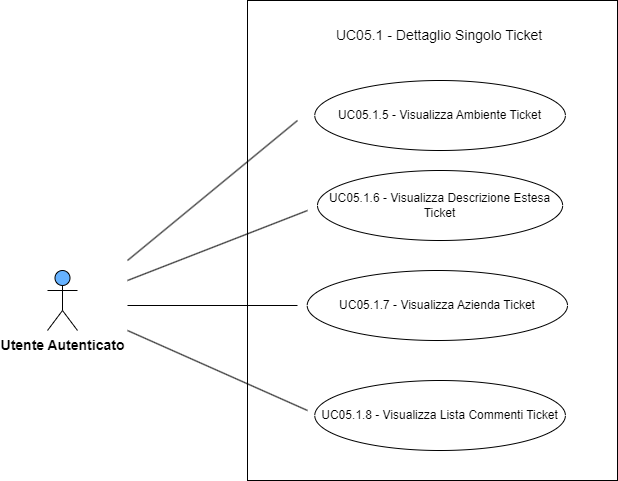
Fawy01/Tesi keeps this draw.io diagram as images/usecase/UC05_dettaglio_pt2.png. Above is the earlier version. Source tidied: cells renumbered, new cells last; positions are measured from the earlier drawing's top-left corner, leaving out a move shared by most shapes. Its diagram source:
```xml
<mxGraphModel>
  <root>
    <mxCell id="0" />
    <mxCell id="1" parent="0" />
    <mxCell id="2" value="&lt;b&gt;&lt;font style=&quot;font-size: 14px;&quot;&gt;Utente Autenticato&lt;/font&gt;&lt;/b&gt;" style="shape=umlActor;verticalLabelPosition=bottom;verticalAlign=top;html=1;fillColor=#66B2FF;" parent="1" vertex="1">
      <mxGeometry y="270" width="30" height="60" as="geometry" />
    </mxCell>
    <mxCell id="3" style="html=1;whiteSpace=wrap;" parent="1" vertex="1">
      <mxGeometry x="200" width="370" height="480" as="geometry" />
    </mxCell>
    <mxCell id="4" value="&lt;span style=&quot;font-size: 14px;&quot;&gt;UC05.1 - Dettaglio Singolo Ticket&lt;/span&gt;" style="text;html=1;strokeColor=none;fillColor=none;align=center;verticalAlign=middle;whiteSpace=wrap;rounded=0;" parent="1" vertex="1">
      <mxGeometry x="282.5" y="20" width="217.5" height="30" as="geometry" />
    </mxCell>
    <mxCell id="5" value="UC05.1.6 - Visualizza Descrizione Estesa Ticket" style="ellipse;whiteSpace=wrap;html=1;" parent="1" vertex="1">
      <mxGeometry x="270" y="170" width="245.2" height="70" as="geometry" />
    </mxCell>
    <mxCell id="6" style="endArrow=none;html=1;rounded=0;" parent="1" edge="1">
      <mxGeometry relative="1" as="geometry">
        <mxPoint x="80" y="260" as="sourcePoint" />
        <mxPoint x="250" y="120" as="targetPoint" />
      </mxGeometry>
    </mxCell>
    <mxCell id="7" value="UC05.1.7 - Visualizza Azienda Ticket" style="ellipse;whiteSpace=wrap;html=1;" parent="1" vertex="1">
      <mxGeometry x="259.7" y="270" width="260.3" height="70" as="geometry" />
    </mxCell>
    <mxCell id="8" value="UC05.1.8 - Visualizza Lista Commenti Ticket" style="ellipse;whiteSpace=wrap;html=1;" parent="1" vertex="1">
      <mxGeometry x="267.3" y="380" width="250.6" height="70" as="geometry" />
    </mxCell>
    <mxCell id="9" style="endArrow=none;html=1;rounded=0;" parent="1" edge="1">
      <mxGeometry relative="1" as="geometry">
        <mxPoint x="80" y="280" as="sourcePoint" />
        <mxPoint x="260" y="210" as="targetPoint" />
      </mxGeometry>
    </mxCell>
    <mxCell id="10" style="endArrow=none;html=1;rounded=0;" parent="1" edge="1">
      <mxGeometry relative="1" as="geometry">
        <mxPoint x="80" y="330" as="sourcePoint" />
        <mxPoint x="260" y="410" as="targetPoint" />
      </mxGeometry>
    </mxCell>
    <mxCell id="11" value="UC05.1.5 - Visualizza Ambiente Ticket" style="ellipse;whiteSpace=wrap;html=1;" parent="1" vertex="1">
      <mxGeometry x="267.3" y="80" width="250.6" height="70" as="geometry" />
    </mxCell>
    <mxCell id="12" style="endArrow=none;html=1;rounded=0;" parent="1" edge="1">
      <mxGeometry relative="1" as="geometry">
        <mxPoint x="80" y="305" as="sourcePoint" />
        <mxPoint x="250" y="305" as="targetPoint" />
      </mxGeometry>
    </mxCell>
  </root>
</mxGraphModel>
```
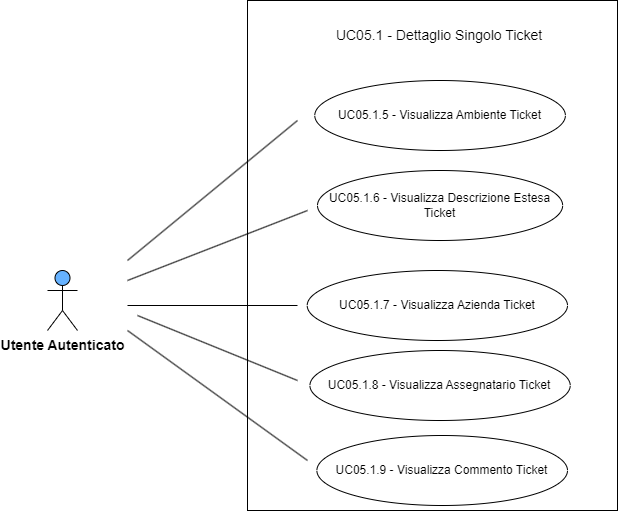
After the commit.

Diff of the diagram source:
```diff
@@ -6,7 +6,7 @@
       <mxGeometry y="270" width="30" height="60" as="geometry" />
     </mxCell>
     <mxCell id="3" style="html=1;whiteSpace=wrap;" parent="1" vertex="1">
-      <mxGeometry x="200" width="370" height="480" as="geometry" />
+      <mxGeometry x="200" width="370" height="510" as="geometry" />
     </mxCell>
     <mxCell id="4" value="&lt;span style=&quot;font-size: 14px;&quot;&gt;UC05.1 - Dettaglio Singolo Ticket&lt;/span&gt;" style="text;html=1;strokeColor=none;fillColor=none;align=center;verticalAlign=middle;whiteSpace=wrap;rounded=0;" parent="1" vertex="1">
       <mxGeometry x="282.5" y="20" width="217.5" height="30" as="geometry" />
@@ -23,8 +23,8 @@
     <mxCell id="7" value="UC05.1.7 - Visualizza Azienda Ticket" style="ellipse;whiteSpace=wrap;html=1;" parent="1" vertex="1">
       <mxGeometry x="259.7" y="270" width="260.3" height="70" as="geometry" />
     </mxCell>
-    <mxCell id="8" value="UC05.1.8 - Visualizza Lista Commenti Ticket" style="ellipse;whiteSpace=wrap;html=1;" parent="1" vertex="1">
-      <mxGeometry x="267.3" y="380" width="250.6" height="70" as="geometry" />
+    <mxCell id="8" value="UC05.1.9 - Visualizza Commento Ticket" style="ellipse;whiteSpace=wrap;html=1;" parent="1" vertex="1">
+      <mxGeometry x="269.4" y="435" width="250.6" height="70" as="geometry" />
     </mxCell>
     <mxCell id="9" style="endArrow=none;html=1;rounded=0;" parent="1" edge="1">
       <mxGeometry relative="1" as="geometry">
@@ -35,7 +35,7 @@
     <mxCell id="10" style="endArrow=none;html=1;rounded=0;" parent="1" edge="1">
       <mxGeometry relative="1" as="geometry">
         <mxPoint x="80" y="330" as="sourcePoint" />
-        <mxPoint x="260" y="410" as="targetPoint" />
+        <mxPoint x="260" y="460" as="targetPoint" />
       </mxGeometry>
     </mxCell>
     <mxCell id="11" value="UC05.1.5 - Visualizza Ambiente Ticket" style="ellipse;whiteSpace=wrap;html=1;" parent="1" vertex="1">
@@ -47,5 +47,14 @@
         <mxPoint x="250" y="305" as="targetPoint" />
       </mxGeometry>
     </mxCell>
+    <mxCell id="13" value="UC05.1.8 - Visualizza Assegnatario Ticket" style="ellipse;whiteSpace=wrap;html=1;" parent="1" vertex="1">
+      <mxGeometry x="262.4" y="350" width="260.3" height="70" as="geometry" />
+    </mxCell>
+    <mxCell id="14" style="endArrow=none;html=1;rounded=0;" parent="1" edge="1">
+      <mxGeometry relative="1" as="geometry">
+        <mxPoint x="90" y="315" as="sourcePoint" />
+        <mxPoint x="250" y="380" as="targetPoint" />
+      </mxGeometry>
+    </mxCell>
   </root>
 </mxGraphModel>
```
